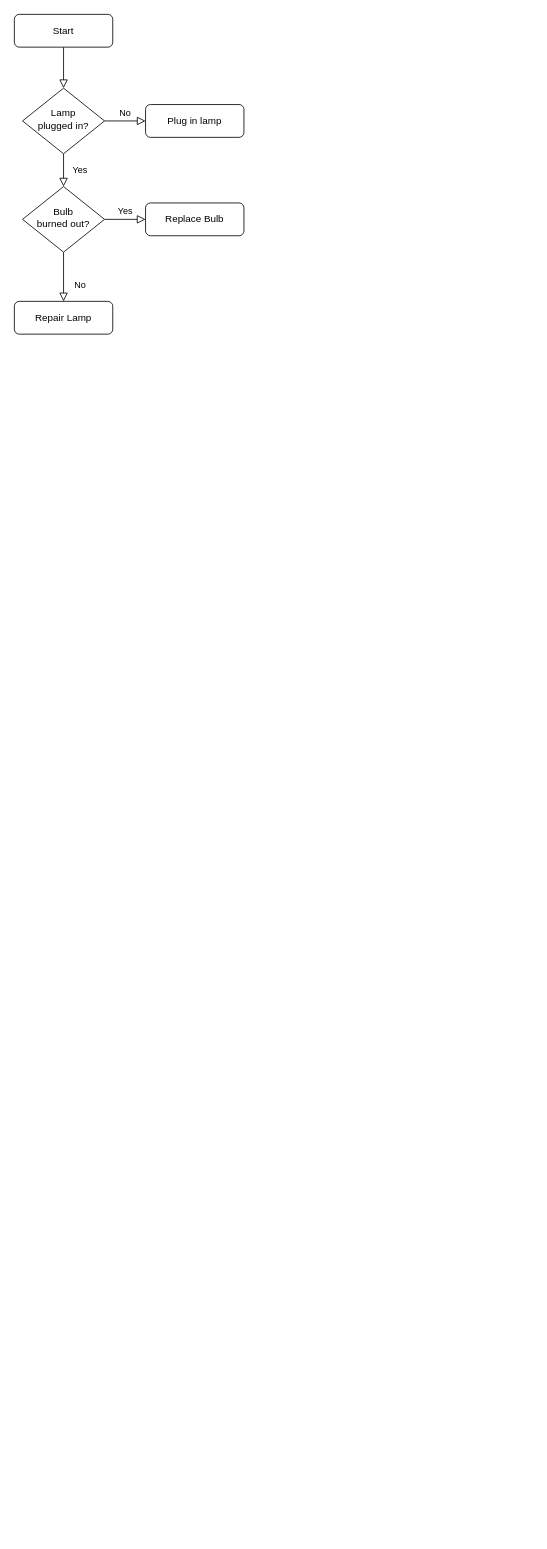
Earlier version of the draw.io diagram Sahaj.drawio (gauravsfdcdev/Test-branch). Source tidied: cells renumbered, new cells numbered last; positions are measured from the earlier drawing's top-left corner, leaving out a move shared by most shapes. Both pictures are drawn from the tidied source at 82%, with x=0, y=0 at pixel (14, 14).
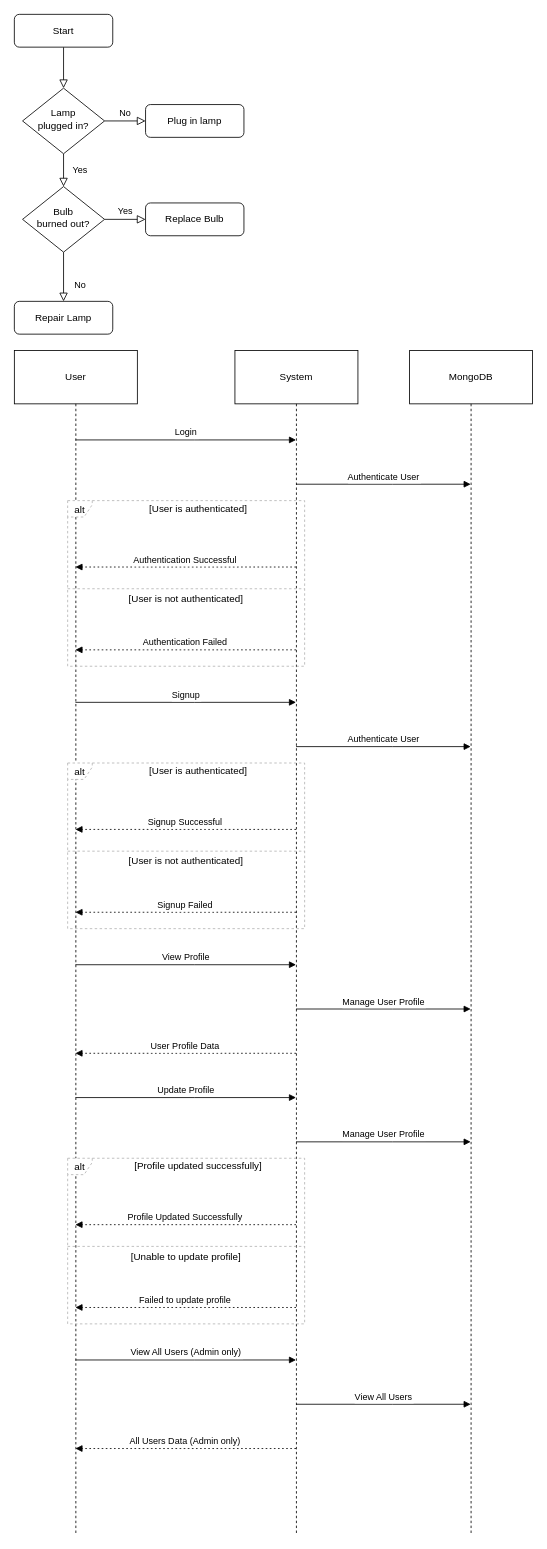
Above is the later version.

The edit, as a diff of the source:
```diff
@@
+    <mxCell id="13" value="User" style="shape=umlLifeline;perimeter=lifelinePerimeter;whiteSpace=wrap;outlineConnect=0;portConstraint=eastwest;newEdgeStyle={&quot;edgeStyle&quot;:&quot;elbowEdgeStyle&quot;,&quot;elbow&quot;:&quot;vertical&quot;,&quot;curved&quot;:0,&quot;rounded&quot;:0};size=65;" parent="1" vertex="1">
+      <mxGeometry y="410" width="150" height="1444" as="geometry" />
+    </mxCell>
+    <mxCell id="14" value="System" style="shape=umlLifeline;perimeter=lifelinePerimeter;whiteSpace=wrap;outlineConnect=0;portConstraint=eastwest;newEdgeStyle={&quot;edgeStyle&quot;:&quot;elbowEdgeStyle&quot;,&quot;elbow&quot;:&quot;vertical&quot;,&quot;curved&quot;:0,&quot;rounded&quot;:0};size=65;" parent="1" vertex="1">
+      <mxGeometry x="269" y="410" width="150" height="1444" as="geometry" />
+    </mxCell>
+    <mxCell id="15" value="MongoDB" style="shape=umlLifeline;perimeter=lifelinePerimeter;whiteSpace=wrap;outlineConnect=0;portConstraint=eastwest;newEdgeStyle={&quot;edgeStyle&quot;:&quot;elbowEdgeStyle&quot;,&quot;elbow&quot;:&quot;vertical&quot;,&quot;curved&quot;:0,&quot;rounded&quot;:0};size=65;" parent="1" vertex="1">
+      <mxGeometry x="482" y="410" width="150" height="1444" as="geometry" />
+    </mxCell>
+    <mxCell id="16" value="alt" style="shape=umlFrame;dashed=1;strokeColor=#B3B3B3;height=20;width=30;" parent="1" vertex="1">
+      <mxGeometry x="65" y="593" width="289" height="202" as="geometry" />
+    </mxCell>
+    <mxCell id="17" value="[User is authenticated]" style="text;strokeColor=none;fillColor=none;align=center;verticalAlign=middle;whiteSpace=wrap;" parent="16" vertex="1">
+      <mxGeometry x="30" width="259" height="20" as="geometry" />
+    </mxCell>
+    <mxCell id="18" value="[User is not authenticated]" style="shape=line;dashed=1;whiteSpace=wrap;verticalAlign=top;labelPosition=center;verticalLabelPosition=middle;align=center;strokeColor=#B3B3B3;" parent="16" vertex="1">
+      <mxGeometry y="106" width="289" height="3" as="geometry" />
+    </mxCell>
+    <mxCell id="19" value="alt" style="shape=umlFrame;dashed=1;strokeColor=#B3B3B3;height=20;width=30;" parent="1" vertex="1">
+      <mxGeometry x="65" y="913" width="289" height="202" as="geometry" />
+    </mxCell>
+    <mxCell id="20" value="[User is authenticated]" style="text;strokeColor=none;fillColor=none;align=center;verticalAlign=middle;whiteSpace=wrap;" parent="19" vertex="1">
+      <mxGeometry x="30" width="259" height="20" as="geometry" />
+    </mxCell>
+    <mxCell id="21" value="[User is not authenticated]" style="shape=line;dashed=1;whiteSpace=wrap;verticalAlign=top;labelPosition=center;verticalLabelPosition=middle;align=center;strokeColor=#B3B3B3;" parent="19" vertex="1">
+      <mxGeometry y="106" width="289" height="3" as="geometry" />
+    </mxCell>
+    <mxCell id="22" value="alt" style="shape=umlFrame;dashed=1;strokeColor=#B3B3B3;height=20;width=30;" parent="1" vertex="1">
+      <mxGeometry x="65" y="1395" width="289" height="202" as="geometry" />
+    </mxCell>
+    <mxCell id="23" value="[Profile updated successfully]" style="text;strokeColor=none;fillColor=none;align=center;verticalAlign=middle;whiteSpace=wrap;" parent="22" vertex="1">
+      <mxGeometry x="30" width="259" height="20" as="geometry" />
+    </mxCell>
+    <mxCell id="24" value="[Unable to update profile]" style="shape=line;dashed=1;whiteSpace=wrap;verticalAlign=top;labelPosition=center;verticalLabelPosition=middle;align=center;strokeColor=#B3B3B3;" parent="22" vertex="1">
+      <mxGeometry y="106" width="289" height="3" as="geometry" />
+    </mxCell>
+    <mxCell id="25" value="Login" style="verticalAlign=bottom;endArrow=block;edgeStyle=elbowEdgeStyle;elbow=vertical;curved=0;rounded=0;" parent="1" edge="1" source="13" target="14">
+      <mxGeometry relative="1" as="geometry">
+        <Array as="points">
+          <mxPoint x="220" y="519" />
+        </Array>
+      </mxGeometry>
+    </mxCell>
+    <mxCell id="26" value="Authenticate User" style="verticalAlign=bottom;endArrow=block;edgeStyle=elbowEdgeStyle;elbow=vertical;curved=0;rounded=0;" parent="1" edge="1" source="14" target="15">
+      <mxGeometry relative="1" as="geometry">
+        <Array as="points">
+          <mxPoint x="461" y="573" />
+        </Array>
+      </mxGeometry>
+    </mxCell>
+    <mxCell id="27" value="Authentication Successful" style="verticalAlign=bottom;endArrow=block;edgeStyle=elbowEdgeStyle;elbow=vertical;curved=0;rounded=0;dashed=1;dashPattern=2 3;" parent="1" edge="1" source="14" target="13">
+      <mxGeometry relative="1" as="geometry">
+        <Array as="points">
+          <mxPoint x="220" y="674" />
+        </Array>
+      </mxGeometry>
+    </mxCell>
+    <mxCell id="28" value="Authentication Failed" style="verticalAlign=bottom;endArrow=block;edgeStyle=elbowEdgeStyle;elbow=vertical;curved=0;rounded=0;dashed=1;dashPattern=2 3;" parent="1" edge="1" source="14" target="13">
+      <mxGeometry relative="1" as="geometry">
+        <Array as="points">
+          <mxPoint x="220" y="775" />
+        </Array>
+      </mxGeometry>
+    </mxCell>
+    <mxCell id="29" value="Signup" style="verticalAlign=bottom;endArrow=block;edgeStyle=elbowEdgeStyle;elbow=vertical;curved=0;rounded=0;" parent="1" edge="1" source="13" target="14">
+      <mxGeometry relative="1" as="geometry">
+        <Array as="points">
+          <mxPoint x="220" y="839" />
+        </Array>
+      </mxGeometry>
+    </mxCell>
+    <mxCell id="30" value="Authenticate User" style="verticalAlign=bottom;endArrow=block;edgeStyle=elbowEdgeStyle;elbow=vertical;curved=0;rounded=0;" parent="1" edge="1" source="14" target="15">
+      <mxGeometry relative="1" as="geometry">
+        <Array as="points">
+          <mxPoint x="461" y="893" />
+        </Array>
+      </mxGeometry>
+    </mxCell>
+    <mxCell id="31" value="Signup Successful" style="verticalAlign=bottom;endArrow=block;edgeStyle=elbowEdgeStyle;elbow=vertical;curved=0;rounded=0;dashed=1;dashPattern=2 3;" parent="1" edge="1" source="14" target="13">
+      <mxGeometry relative="1" as="geometry">
+        <Array as="points">
+          <mxPoint x="220" y="994" />
+        </Array>
+      </mxGeometry>
+    </mxCell>
+    <mxCell id="32" value="Signup Failed" style="verticalAlign=bottom;endArrow=block;edgeStyle=elbowEdgeStyle;elbow=vertical;curved=0;rounded=0;dashed=1;dashPattern=2 3;" parent="1" edge="1" source="14" target="13">
+      <mxGeometry relative="1" as="geometry">
+        <Array as="points">
+          <mxPoint x="220" y="1095" />
+        </Array>
+      </mxGeometry>
+    </mxCell>
+    <mxCell id="33" value="View Profile" style="verticalAlign=bottom;endArrow=block;edgeStyle=elbowEdgeStyle;elbow=vertical;curved=0;rounded=0;" parent="1" edge="1" source="13" target="14">
+      <mxGeometry relative="1" as="geometry">
+        <Array as="points">
+          <mxPoint x="220" y="1159" />
+        </Array>
+      </mxGeometry>
+    </mxCell>
+    <mxCell id="34" value="Manage User Profile" style="verticalAlign=bottom;endArrow=block;edgeStyle=elbowEdgeStyle;elbow=vertical;curved=0;rounded=0;" parent="1" edge="1" source="14" target="15">
+      <mxGeometry relative="1" as="geometry">
+        <Array as="points">
+          <mxPoint x="461" y="1213" />
+        </Array>
+      </mxGeometry>
+    </mxCell>
+    <mxCell id="35" value="User Profile Data" style="verticalAlign=bottom;endArrow=block;edgeStyle=elbowEdgeStyle;elbow=vertical;curved=0;rounded=0;dashed=1;dashPattern=2 3;" parent="1" edge="1" source="14" target="13">
+      <mxGeometry relative="1" as="geometry">
+        <Array as="points">
+          <mxPoint x="220" y="1267" />
+        </Array>
+      </mxGeometry>
+    </mxCell>
+    <mxCell id="36" value="Update Profile" style="verticalAlign=bottom;endArrow=block;edgeStyle=elbowEdgeStyle;elbow=vertical;curved=0;rounded=0;" parent="1" edge="1" source="13" target="14">
+      <mxGeometry relative="1" as="geometry">
+        <Array as="points">
+          <mxPoint x="220" y="1321" />
+        </Array>
+      </mxGeometry>
+    </mxCell>
+    <mxCell id="37" value="Manage User Profile" style="verticalAlign=bottom;endArrow=block;edgeStyle=elbowEdgeStyle;elbow=vertical;curved=0;rounded=0;" parent="1" edge="1" source="14" target="15">
+      <mxGeometry relative="1" as="geometry">
+        <Array as="points">
+          <mxPoint x="461" y="1375" />
+        </Array>
+      </mxGeometry>
+    </mxCell>
+    <mxCell id="38" value="Profile Updated Successfully" style="verticalAlign=bottom;endArrow=block;edgeStyle=elbowEdgeStyle;elbow=vertical;curved=0;rounded=0;dashed=1;dashPattern=2 3;" parent="1" edge="1" source="14" target="13">
+      <mxGeometry relative="1" as="geometry">
+        <Array as="points">
+          <mxPoint x="220" y="1476" />
+        </Array>
+      </mxGeometry>
+    </mxCell>
+    <mxCell id="39" value="Failed to update profile" style="verticalAlign=bottom;endArrow=block;edgeStyle=elbowEdgeStyle;elbow=vertical;curved=0;rounded=0;dashed=1;dashPattern=2 3;" parent="1" edge="1" source="14" target="13">
+      <mxGeometry relative="1" as="geometry">
+        <Array as="points">
+          <mxPoint x="220" y="1577" />
+        </Array>
+      </mxGeometry>
+    </mxCell>
+    <mxCell id="40" value="View All Users (Admin only)" style="verticalAlign=bottom;endArrow=block;edgeStyle=elbowEdgeStyle;elbow=vertical;curved=0;rounded=0;" parent="1" edge="1" source="13" target="14">
+      <mxGeometry relative="1" as="geometry">
+        <Array as="points">
+          <mxPoint x="220" y="1641" />
+        </Array>
+      </mxGeometry>
+    </mxCell>
+    <mxCell id="41" value="View All Users" style="verticalAlign=bottom;endArrow=block;edgeStyle=elbowEdgeStyle;elbow=vertical;curved=0;rounded=0;" parent="1" edge="1" source="14" target="15">
+      <mxGeometry relative="1" as="geometry">
+        <Array as="points">
+          <mxPoint x="461" y="1695" />
+        </Array>
+      </mxGeometry>
+    </mxCell>
+    <mxCell id="42" value="All Users Data (Admin only)" style="verticalAlign=bottom;endArrow=block;edgeStyle=elbowEdgeStyle;elbow=vertical;curved=0;rounded=0;dashed=1;dashPattern=2 3;" parent="1" edge="1" source="14" target="13">
+      <mxGeometry relative="1" as="geometry">
+        <Array as="points">
+          <mxPoint x="220" y="1749" />
+        </Array>
+      </mxGeometry>
+    </mxCell>
```
